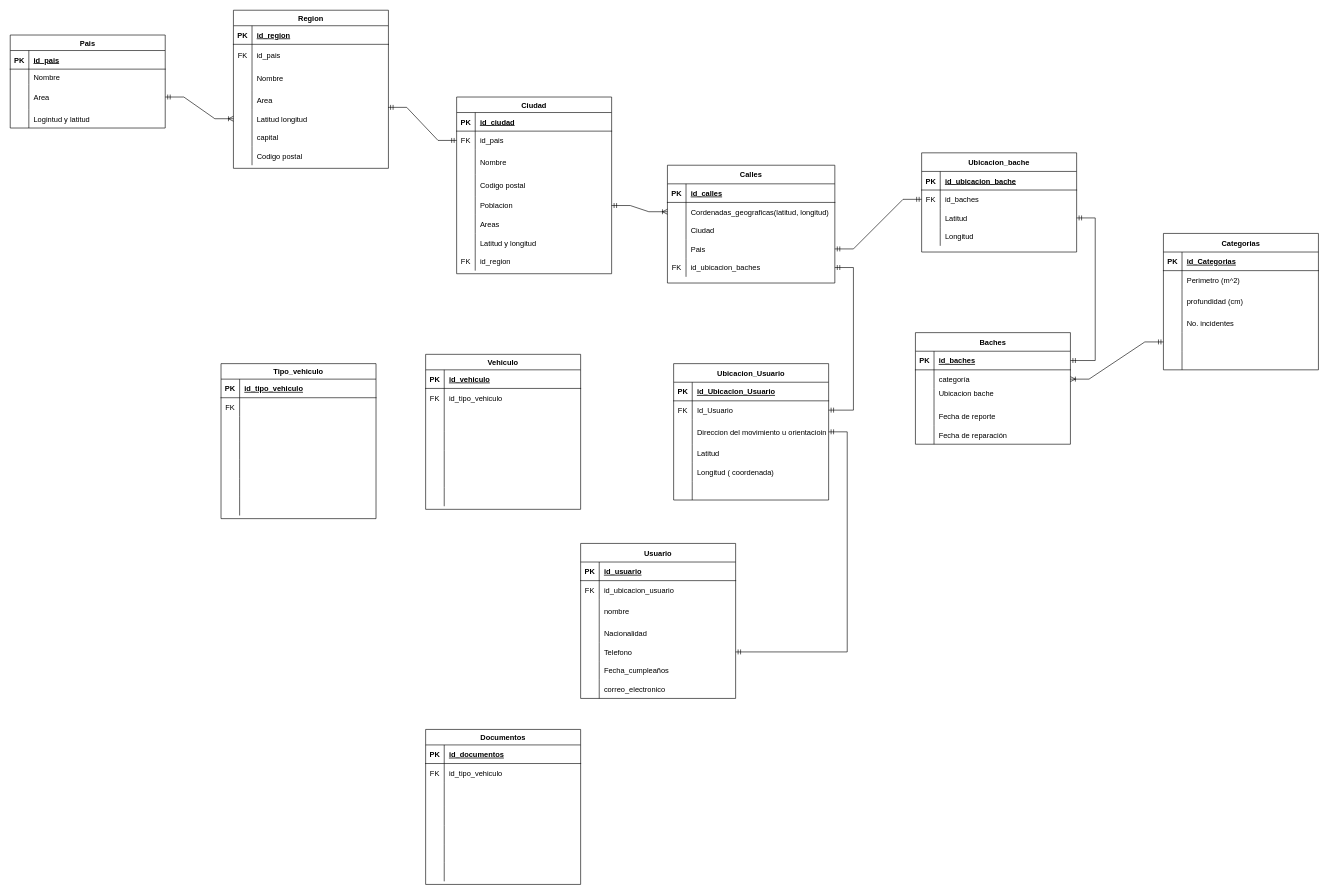
Before: MER/Diagrama sin título.drawio in josearpa123/Movilidad-ubanaBD, a draw.io diagram. Source tidied: cells renumbered, new cells numbered last; positions are measured from the earlier drawing's top-left corner, leaving out a move shared by most shapes. Both pictures are drawn from the tidied source at 62%, with x=0, y=0 at pixel (10, 10).
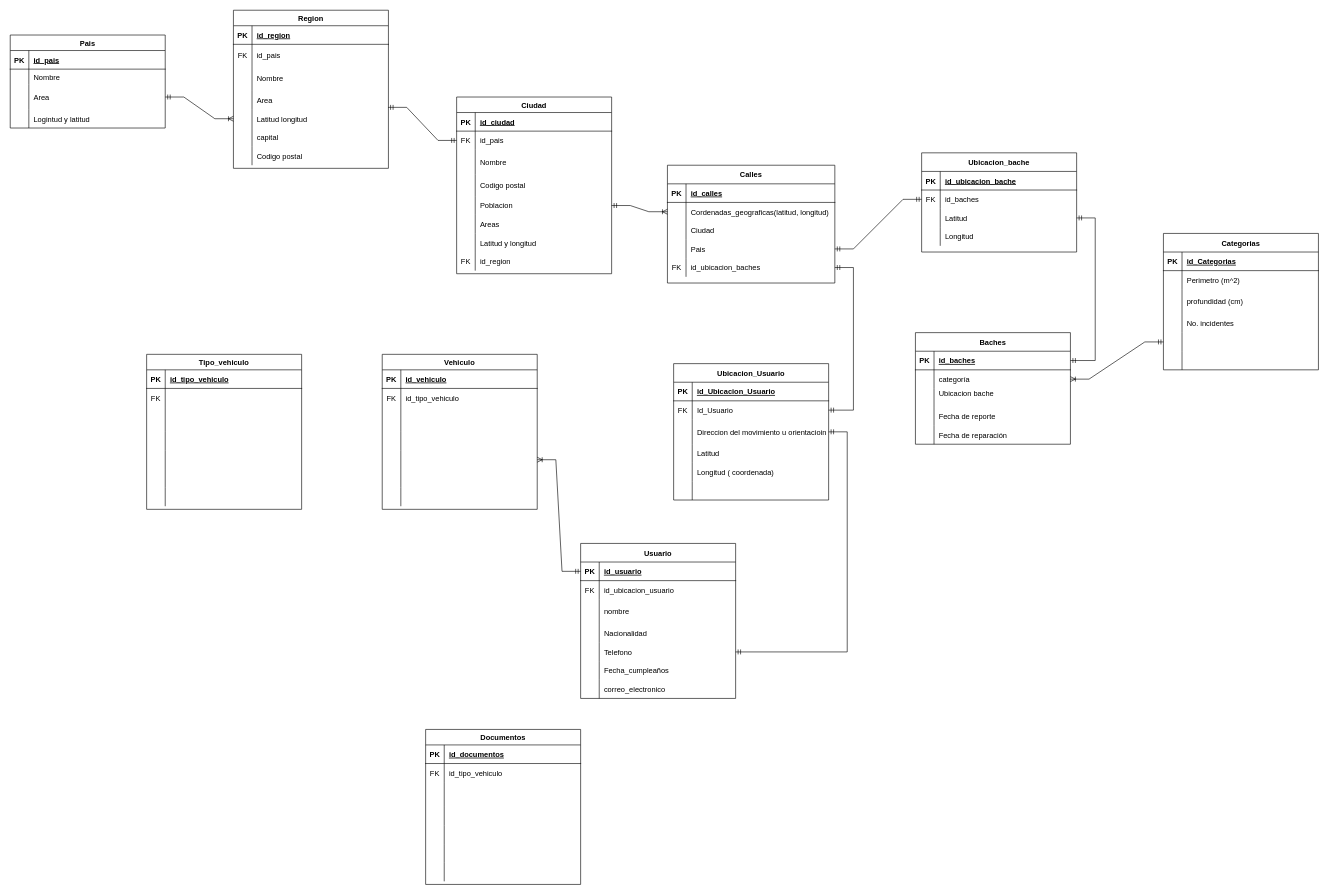
Above is the later version.

Commit message:
Tipo de vihiculo

Unchanged cells that the change refers to:
```xml
<mxCell id="89" style="shape=partialRectangle;fillColor=none;points=[[0,0.5],[1,0.5]];portConstraint=eastwest;top=0;left=0;right=0;bottom=1;" parent="88" vertex="1">
  <mxGeometry y="30" width="250" height="30" as="geometry" />
</mxCell>
<mxCell id="173" style="shape=partialRectangle;fillColor=none;points=[[0,0.5],[1,0.5]];portConstraint=eastwest;top=0;left=0;right=0;bottom=0;" parent="160" vertex="1">
  <mxGeometry y="155" width="250" height="30" as="geometry" />
</mxCell>
```

Diff of the diagram source:
```diff
@@
     <mxCell id="160" value="Vehiculo" style="shape=table;startSize=25;childLayout=tableLayout;rowLines=0;fontStyle=1;align=center;" parent="1" vertex="1">
-      <mxGeometry x="670" y="555" width="250" height="250" as="geometry" />
+      <mxGeometry x="600" y="555" width="250" height="250" as="geometry" />
     </mxCell>
@@
     <mxCell id="182" value="Tipo_vehiculo" style="shape=table;startSize=25;childLayout=tableLayout;rowLines=0;fontStyle=1;align=center;" parent="1" vertex="1">
-      <mxGeometry x="340" y="570" width="250" height="250" as="geometry" />
+      <mxGeometry x="220" y="555" width="250" height="250" as="geometry" />
     </mxCell>
@@
+    <mxCell id="241" style="edgeStyle=entityRelationEdgeStyle;fontSize=12;html=1;endArrow=ERoneToMany;startArrow=ERmandOne;rounded=0;entryX=1;entryY=0.5;entryDx=0;entryDy=0;exitX=0;exitY=0.5;exitDx=0;exitDy=0;" parent="1" edge="1" source="89" target="173">
+      <mxGeometry relative="1" as="geometry" />
+    </mxCell>
```
